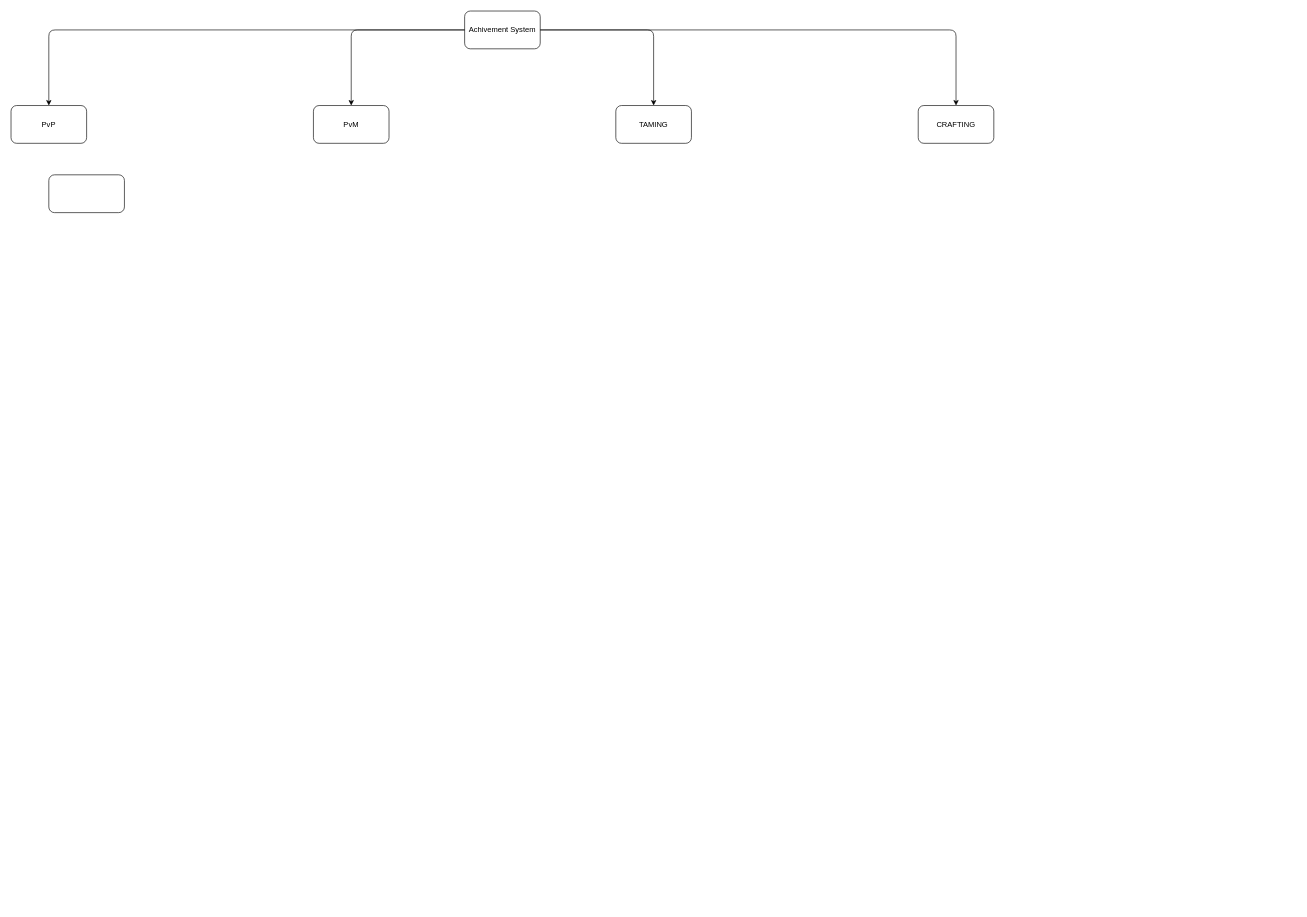
The draw.io diagram Achivement system.drawio in Scise/TBSuml, before the edit. Source tidied: cells renumbered, new cells numbered last; positions are measured from the earlier drawing's top-left corner, leaving out a move shared by most shapes. Both pictures are drawn from the tidied source at 63%, with x=0, y=0 at pixel (11, 11).
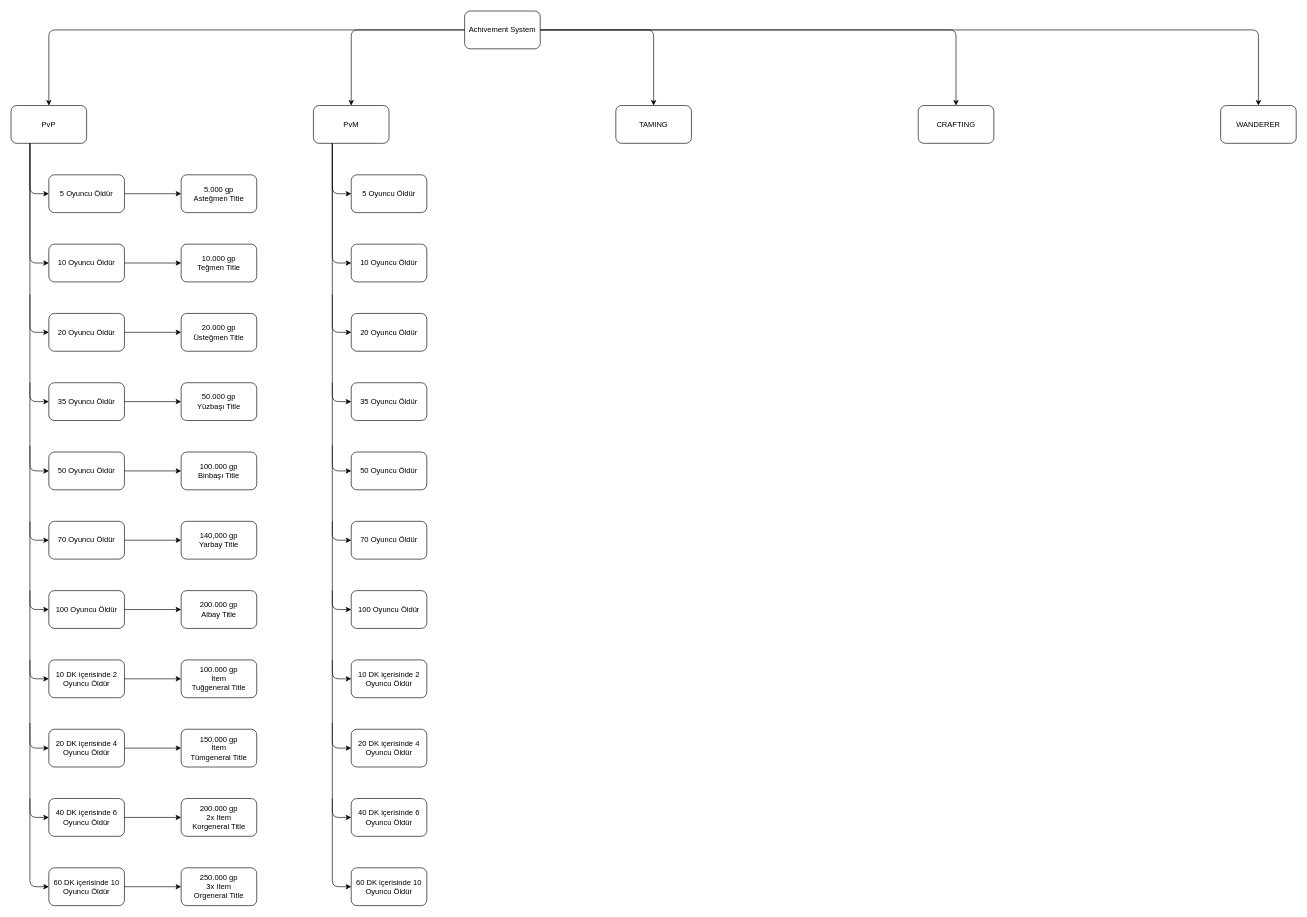
After the change.

Unchanged cells that the change refers to:
```xml
<mxCell id="2" value="Achivement System" style="rounded=1;whiteSpace=wrap;html=1;" parent="1" vertex="1">
  <mxGeometry x="720" width="120" height="60" as="geometry" />
</mxCell>
<mxCell id="3" value="PvM" style="rounded=1;whiteSpace=wrap;html=1;" parent="1" vertex="1">
  <mxGeometry x="480" y="150" width="120" height="60" as="geometry" />
</mxCell>
<mxCell id="4" value="PvP" style="rounded=1;whiteSpace=wrap;html=1;" parent="1" vertex="1">
  <mxGeometry y="150" width="120" height="60" as="geometry" />
</mxCell>
```

The edit, as a diff of the source:
```diff
@@
-    <mxCell id="11" style="rounded=1;whiteSpace=wrap;html=1;" parent="1" vertex="1">
+    <mxCell id="11" value="5 Oyuncu Öldür" style="rounded=1;whiteSpace=wrap;html=1;" parent="1" vertex="1">
       <mxGeometry x="60" y="260" width="120" height="60" as="geometry" />
     </mxCell>
+    <mxCell id="12" style="endArrow=classic;html=1;exitX=0.25;exitY=1;exitDx=0;exitDy=0;entryX=0;entryY=0.5;entryDx=0;entryDy=0;" parent="1" edge="1" source="4" target="11">
+      <mxGeometry relative="1" as="geometry">
+        <Array as="points">
+          <mxPoint x="30" y="290" />
+        </Array>
+      </mxGeometry>
+    </mxCell>
+    <mxCell id="13" value="10 Oyuncu Öldür" style="rounded=1;whiteSpace=wrap;html=1;" parent="1" vertex="1">
+      <mxGeometry x="60" y="370" width="120" height="60" as="geometry" />
+    </mxCell>
+    <mxCell id="14" style="endArrow=classic;html=1;exitX=0.25;exitY=1;exitDx=0;exitDy=0;entryX=0;entryY=0.5;entryDx=0;entryDy=0;" parent="1" edge="1" source="4" target="13">
+      <mxGeometry relative="1" as="geometry">
+        <Array as="points">
+          <mxPoint x="30" y="400" />
+        </Array>
+      </mxGeometry>
+    </mxCell>
+    <mxCell id="15" value="20 Oyuncu Öldür" style="rounded=1;whiteSpace=wrap;html=1;" parent="1" vertex="1">
+      <mxGeometry x="60" y="480" width="120" height="60" as="geometry" />
+    </mxCell>
+    <mxCell id="16" value="35 Oyuncu Öldür" style="rounded=1;whiteSpace=wrap;html=1;" parent="1" vertex="1">
+      <mxGeometry x="60" y="590" width="120" height="60" as="geometry" />
+    </mxCell>
+    <mxCell id="17" value="50 Oyuncu Öldür" style="rounded=1;whiteSpace=wrap;html=1;" parent="1" vertex="1">
+      <mxGeometry x="60" y="700" width="120" height="60" as="geometry" />
+    </mxCell>
+    <mxCell id="18" value="70 Oyuncu Öldür" style="rounded=1;whiteSpace=wrap;html=1;" parent="1" vertex="1">
+      <mxGeometry x="60" y="810" width="120" height="60" as="geometry" />
+    </mxCell>
+    <mxCell id="19" value="100 Oyuncu Öldür" style="rounded=1;whiteSpace=wrap;html=1;" parent="1" vertex="1">
+      <mxGeometry x="60" y="920" width="120" height="60" as="geometry" />
+    </mxCell>
+    <mxCell id="20" value="10 DK içerisinde 2 Oyuncu Öldür" style="rounded=1;whiteSpace=wrap;html=1;" parent="1" vertex="1">
+      <mxGeometry x="60" y="1030" width="120" height="60" as="geometry" />
+    </mxCell>
+    <mxCell id="21" value="20 DK içerisinde 4 Oyuncu Öldür" style="rounded=1;whiteSpace=wrap;html=1;" parent="1" vertex="1">
+      <mxGeometry x="60" y="1140" width="120" height="60" as="geometry" />
+    </mxCell>
+    <mxCell id="22" value="40 DK içerisinde 6 Oyuncu Öldür" style="rounded=1;whiteSpace=wrap;html=1;" parent="1" vertex="1">
+      <mxGeometry x="60" y="1250" width="120" height="60" as="geometry" />
+    </mxCell>
+    <mxCell id="23" value="60 DK içerisinde 10 Oyuncu Öldür" style="rounded=1;whiteSpace=wrap;html=1;" parent="1" vertex="1">
+      <mxGeometry x="60" y="1360" width="120" height="60" as="geometry" />
+    </mxCell>
+    <mxCell id="24" style="endArrow=classic;html=1;exitX=0.25;exitY=1;exitDx=0;exitDy=0;entryX=0;entryY=0.5;entryDx=0;entryDy=0;" parent="1" edge="1" source="4" target="15">
+      <mxGeometry relative="1" as="geometry">
+        <Array as="points">
+          <mxPoint x="30" y="510" />
+        </Array>
+      </mxGeometry>
+    </mxCell>
+    <mxCell id="25" style="endArrow=classic;html=1;entryX=0;entryY=0.5;entryDx=0;entryDy=0;" parent="1" edge="1" target="16">
+      <mxGeometry relative="1" as="geometry">
+        <mxPoint x="30" y="450" as="sourcePoint" />
+        <Array as="points">
+          <mxPoint x="30" y="620" />
+        </Array>
+      </mxGeometry>
+    </mxCell>
+    <mxCell id="26" style="endArrow=classic;html=1;entryX=0;entryY=0.5;entryDx=0;entryDy=0;" parent="1" edge="1" target="17">
+      <mxGeometry relative="1" as="geometry">
+        <mxPoint x="30" y="590" as="sourcePoint" />
+        <Array as="points">
+          <mxPoint x="30" y="730" />
+        </Array>
+      </mxGeometry>
+    </mxCell>
+    <mxCell id="27" style="endArrow=classic;html=1;entryX=0;entryY=0.5;entryDx=0;entryDy=0;" parent="1" edge="1" target="18">
+      <mxGeometry relative="1" as="geometry">
+        <mxPoint x="30" y="690" as="sourcePoint" />
+        <Array as="points">
+          <mxPoint x="30" y="840" />
+        </Array>
+      </mxGeometry>
+    </mxCell>
+    <mxCell id="28" style="endArrow=classic;html=1;entryX=0;entryY=0.5;entryDx=0;entryDy=0;" parent="1" edge="1" target="19">
+      <mxGeometry relative="1" as="geometry">
+        <mxPoint x="30" y="810" as="sourcePoint" />
+        <Array as="points">
+          <mxPoint x="30" y="950" />
+        </Array>
+      </mxGeometry>
+    </mxCell>
+    <mxCell id="29" style="endArrow=classic;html=1;entryX=0;entryY=0.5;entryDx=0;entryDy=0;" parent="1" edge="1" target="20">
+      <mxGeometry relative="1" as="geometry">
+        <mxPoint x="30" y="920" as="sourcePoint" />
+        <Array as="points">
+          <mxPoint x="30" y="1060" />
+        </Array>
+      </mxGeometry>
+    </mxCell>
+    <mxCell id="30" style="endArrow=classic;html=1;entryX=0;entryY=0.5;entryDx=0;entryDy=0;" parent="1" edge="1" target="21">
+      <mxGeometry relative="1" as="geometry">
+        <mxPoint x="30" y="1030" as="sourcePoint" />
+        <Array as="points">
+          <mxPoint x="30" y="1170" />
+        </Array>
+      </mxGeometry>
+    </mxCell>
+    <mxCell id="31" style="endArrow=classic;html=1;entryX=0;entryY=0.5;entryDx=0;entryDy=0;" parent="1" edge="1" target="22">
+      <mxGeometry relative="1" as="geometry">
+        <mxPoint x="30" y="1130" as="sourcePoint" />
+        <Array as="points">
+          <mxPoint x="30" y="1280" />
+        </Array>
+      </mxGeometry>
+    </mxCell>
+    <mxCell id="32" style="endArrow=classic;html=1;entryX=0;entryY=0.5;entryDx=0;entryDy=0;" parent="1" edge="1" target="23">
+      <mxGeometry relative="1" as="geometry">
+        <mxPoint x="30" y="1250" as="sourcePoint" />
+        <Array as="points">
+          <mxPoint x="30" y="1390" />
+        </Array>
+      </mxGeometry>
+    </mxCell>
+    <mxCell id="33" value="WANDERER" style="rounded=1;whiteSpace=wrap;html=1;" parent="1" vertex="1">
+      <mxGeometry x="1920" y="150" width="120" height="60" as="geometry" />
+    </mxCell>
+    <mxCell id="34" style="endArrow=classic;html=1;exitX=1;exitY=0.5;exitDx=0;exitDy=0;entryX=0.5;entryY=0;entryDx=0;entryDy=0;" parent="1" edge="1" source="2" target="33">
+      <mxGeometry relative="1" as="geometry">
+        <Array as="points">
+          <mxPoint x="1980" y="30" />
+        </Array>
+      </mxGeometry>
+    </mxCell>
+    <mxCell id="35" value="5 Oyuncu Öldür" style="rounded=1;whiteSpace=wrap;html=1;" parent="1" vertex="1">
+      <mxGeometry x="540" y="260" width="120" height="60" as="geometry" />
+    </mxCell>
+    <mxCell id="36" value="10 Oyuncu Öldür" style="rounded=1;whiteSpace=wrap;html=1;" parent="1" vertex="1">
+      <mxGeometry x="540" y="370" width="120" height="60" as="geometry" />
+    </mxCell>
+    <mxCell id="37" value="20 Oyuncu Öldür" style="rounded=1;whiteSpace=wrap;html=1;" parent="1" vertex="1">
+      <mxGeometry x="540" y="480" width="120" height="60" as="geometry" />
+    </mxCell>
+    <mxCell id="38" value="35 Oyuncu Öldür" style="rounded=1;whiteSpace=wrap;html=1;" parent="1" vertex="1">
+      <mxGeometry x="540" y="590" width="120" height="60" as="geometry" />
+    </mxCell>
+    <mxCell id="39" value="50 Oyuncu Öldür" style="rounded=1;whiteSpace=wrap;html=1;" parent="1" vertex="1">
+      <mxGeometry x="540" y="700" width="120" height="60" as="geometry" />
+    </mxCell>
+    <mxCell id="40" value="70 Oyuncu Öldür" style="rounded=1;whiteSpace=wrap;html=1;" parent="1" vertex="1">
+      <mxGeometry x="540" y="810" width="120" height="60" as="geometry" />
+    </mxCell>
+    <mxCell id="41" value="100 Oyuncu Öldür" style="rounded=1;whiteSpace=wrap;html=1;" parent="1" vertex="1">
+      <mxGeometry x="540" y="920" width="120" height="60" as="geometry" />
+    </mxCell>
+    <mxCell id="42" value="10 DK içerisinde 2 Oyuncu Öldür" style="rounded=1;whiteSpace=wrap;html=1;" parent="1" vertex="1">
+      <mxGeometry x="540" y="1030" width="120" height="60" as="geometry" />
+    </mxCell>
+    <mxCell id="43" value="20 DK içerisinde 4 Oyuncu Öldür" style="rounded=1;whiteSpace=wrap;html=1;" parent="1" vertex="1">
+      <mxGeometry x="540" y="1140" width="120" height="60" as="geometry" />
+    </mxCell>
+    <mxCell id="44" value="40 DK içerisinde 6 Oyuncu Öldür" style="rounded=1;whiteSpace=wrap;html=1;" parent="1" vertex="1">
+      <mxGeometry x="540" y="1250" width="120" height="60" as="geometry" />
+    </mxCell>
+    <mxCell id="45" value="60 DK içerisinde 10 Oyuncu Öldür" style="rounded=1;whiteSpace=wrap;html=1;" parent="1" vertex="1">
+      <mxGeometry x="540" y="1360" width="120" height="60" as="geometry" />
+    </mxCell>
+    <mxCell id="46" style="endArrow=classic;html=1;entryX=0;entryY=0.5;entryDx=0;entryDy=0;" parent="1" edge="1">
+      <mxGeometry relative="1" as="geometry">
+        <mxPoint x="510" y="450" as="sourcePoint" />
+        <mxPoint x="540" y="620" as="targetPoint" />
+        <Array as="points">
+          <mxPoint x="510" y="620" />
+        </Array>
+      </mxGeometry>
+    </mxCell>
+    <mxCell id="47" style="endArrow=classic;html=1;entryX=0;entryY=0.5;entryDx=0;entryDy=0;" parent="1" edge="1">
+      <mxGeometry relative="1" as="geometry">
+        <mxPoint x="510" y="590" as="sourcePoint" />
+        <mxPoint x="540" y="730" as="targetPoint" />
+        <Array as="points">
+          <mxPoint x="510" y="730" />
+        </Array>
+      </mxGeometry>
+    </mxCell>
+    <mxCell id="48" style="endArrow=classic;html=1;entryX=0;entryY=0.5;entryDx=0;entryDy=0;" parent="1" edge="1">
+      <mxGeometry relative="1" as="geometry">
+        <mxPoint x="510" y="690" as="sourcePoint" />
+        <mxPoint x="540" y="840" as="targetPoint" />
+        <Array as="points">
+          <mxPoint x="510" y="840" />
+        </Array>
+      </mxGeometry>
+    </mxCell>
+    <mxCell id="49" style="endArrow=classic;html=1;entryX=0;entryY=0.5;entryDx=0;entryDy=0;" parent="1" edge="1">
+      <mxGeometry relative="1" as="geometry">
+        <mxPoint x="510" y="810" as="sourcePoint" />
+        <mxPoint x="540" y="950" as="targetPoint" />
+        <Array as="points">
+          <mxPoint x="510" y="950" />
+        </Array>
+      </mxGeometry>
+    </mxCell>
+    <mxCell id="50" style="endArrow=classic;html=1;entryX=0;entryY=0.5;entryDx=0;entryDy=0;" parent="1" edge="1">
+      <mxGeometry relative="1" as="geometry">
+        <mxPoint x="510" y="920" as="sourcePoint" />
+        <mxPoint x="540" y="1060" as="targetPoint" />
+        <Array as="points">
+          <mxPoint x="510" y="1060" />
+        </Array>
+      </mxGeometry>
+    </mxCell>
+    <mxCell id="51" style="endArrow=classic;html=1;entryX=0;entryY=0.5;entryDx=0;entryDy=0;" parent="1" edge="1">
+      <mxGeometry relative="1" as="geometry">
+        <mxPoint x="510" y="1030" as="sourcePoint" />
+        <mxPoint x="540" y="1170" as="targetPoint" />
+        <Array as="points">
+          <mxPoint x="510" y="1170" />
+        </Array>
+      </mxGeometry>
+    </mxCell>
+    <mxCell id="52" style="endArrow=classic;html=1;entryX=0;entryY=0.5;entryDx=0;entryDy=0;" parent="1" edge="1">
+      <mxGeometry relative="1" as="geometry">
+        <mxPoint x="510" y="1130" as="sourcePoint" />
+        <mxPoint x="540" y="1280" as="targetPoint" />
+        <Array as="points">
+          <mxPoint x="510" y="1280" />
+        </Array>
+      </mxGeometry>
+    </mxCell>
+    <mxCell id="53" style="endArrow=classic;html=1;entryX=0;entryY=0.5;entryDx=0;entryDy=0;" parent="1" edge="1">
+      <mxGeometry relative="1" as="geometry">
+        <mxPoint x="510" y="1250" as="sourcePoint" />
+        <mxPoint x="540" y="1390" as="targetPoint" />
+        <Array as="points">
+          <mxPoint x="510" y="1390" />
+        </Array>
+      </mxGeometry>
+    </mxCell>
+    <mxCell id="54" style="endArrow=classic;html=1;exitX=0.25;exitY=1;exitDx=0;exitDy=0;entryX=0;entryY=0.5;entryDx=0;entryDy=0;" parent="1" edge="1" source="3" target="35">
+      <mxGeometry relative="1" as="geometry">
+        <Array as="points">
+          <mxPoint x="510" y="290" />
+        </Array>
+      </mxGeometry>
+    </mxCell>
+    <mxCell id="55" style="endArrow=classic;html=1;exitX=0.25;exitY=1;exitDx=0;exitDy=0;entryX=0;entryY=0.5;entryDx=0;entryDy=0;" parent="1" edge="1" source="3" target="36">
+      <mxGeometry relative="1" as="geometry">
+        <Array as="points">
+          <mxPoint x="510" y="400" />
+        </Array>
+      </mxGeometry>
+    </mxCell>
+    <mxCell id="56" style="endArrow=classic;html=1;exitX=0.25;exitY=1;exitDx=0;exitDy=0;entryX=0;entryY=0.5;entryDx=0;entryDy=0;" parent="1" edge="1" source="3" target="37">
+      <mxGeometry relative="1" as="geometry">
+        <Array as="points">
+          <mxPoint x="510" y="510" />
+        </Array>
+      </mxGeometry>
+    </mxCell>
+    <mxCell id="57" value="5.000 gp&lt;br&gt;Asteğmen Title" style="rounded=1;whiteSpace=wrap;html=1;" parent="1" vertex="1">
+      <mxGeometry x="270" y="260" width="120" height="60" as="geometry" />
+    </mxCell>
+    <mxCell id="58" value="10.000 gp&lt;br&gt;Teğmen Title" style="rounded=1;whiteSpace=wrap;html=1;" parent="1" vertex="1">
+      <mxGeometry x="270" y="370" width="120" height="60" as="geometry" />
+    </mxCell>
+    <mxCell id="59" value="20.000 gp&lt;br&gt;Üsteğmen Title" style="rounded=1;whiteSpace=wrap;html=1;" parent="1" vertex="1">
+      <mxGeometry x="270" y="480" width="120" height="60" as="geometry" />
+    </mxCell>
+    <mxCell id="60" value="50.000 gp&lt;br&gt;Yüzbaşı Title" style="rounded=1;whiteSpace=wrap;html=1;" parent="1" vertex="1">
+      <mxGeometry x="270" y="590" width="120" height="60" as="geometry" />
+    </mxCell>
+    <mxCell id="61" value="100.000 gp&lt;br&gt;Binbaşı Title" style="rounded=1;whiteSpace=wrap;html=1;" parent="1" vertex="1">
+      <mxGeometry x="270" y="700" width="120" height="60" as="geometry" />
+    </mxCell>
+    <mxCell id="62" value="140,000 gp&lt;br&gt;Yarbay Title" style="rounded=1;whiteSpace=wrap;html=1;" parent="1" vertex="1">
+      <mxGeometry x="270" y="810" width="120" height="60" as="geometry" />
+    </mxCell>
+    <mxCell id="63" value="200.000 gp&lt;br&gt;Albay Title" style="rounded=1;whiteSpace=wrap;html=1;" parent="1" vertex="1">
+      <mxGeometry x="270" y="920" width="120" height="60" as="geometry" />
+    </mxCell>
+    <mxCell id="64" value="100.000 gp&lt;br&gt;İtem&lt;br&gt;Tuğgeneral Title" style="rounded=1;whiteSpace=wrap;html=1;" parent="1" vertex="1">
+      <mxGeometry x="270" y="1030" width="120" height="60" as="geometry" />
+    </mxCell>
+    <mxCell id="65" value="150.000 gp&lt;br&gt;İtem&lt;br&gt;Tümgeneral Title" style="rounded=1;whiteSpace=wrap;html=1;" parent="1" vertex="1">
+      <mxGeometry x="270" y="1140" width="120" height="60" as="geometry" />
+    </mxCell>
+    <mxCell id="66" value="200.000 gp&lt;br&gt;2x Item&lt;br&gt;Korgeneral Title" style="rounded=1;whiteSpace=wrap;html=1;" parent="1" vertex="1">
+      <mxGeometry x="270" y="1250" width="120" height="60" as="geometry" />
+    </mxCell>
+    <mxCell id="67" value="250.000 gp&lt;br&gt;3x Item&lt;br&gt;Orgeneral Title" style="rounded=1;whiteSpace=wrap;html=1;" parent="1" vertex="1">
+      <mxGeometry x="270" y="1360" width="120" height="60" as="geometry" />
+    </mxCell>
+    <mxCell id="68" style="endArrow=classic;html=1;exitX=1;exitY=0.5;exitDx=0;exitDy=0;entryX=0;entryY=0.5;entryDx=0;entryDy=0;" parent="1" edge="1" source="11" target="57">
+      <mxGeometry relative="1" as="geometry" />
+    </mxCell>
+    <mxCell id="69" style="endArrow=classic;html=1;exitX=1;exitY=0.5;exitDx=0;exitDy=0;entryX=0;entryY=0.5;entryDx=0;entryDy=0;" parent="1" edge="1" source="13" target="58">
+      <mxGeometry relative="1" as="geometry" />
+    </mxCell>
+    <mxCell id="70" style="endArrow=classic;html=1;exitX=1;exitY=0.5;exitDx=0;exitDy=0;entryX=0;entryY=0.5;entryDx=0;entryDy=0;" parent="1" edge="1" source="15" target="59">
+      <mxGeometry relative="1" as="geometry" />
+    </mxCell>
+    <mxCell id="71" style="endArrow=classic;html=1;exitX=1;exitY=0.5;exitDx=0;exitDy=0;entryX=0;entryY=0.5;entryDx=0;entryDy=0;" parent="1" edge="1" source="16" target="60">
+      <mxGeometry relative="1" as="geometry" />
+    </mxCell>
+    <mxCell id="72" style="endArrow=classic;html=1;exitX=1;exitY=0.5;exitDx=0;exitDy=0;entryX=0;entryY=0.5;entryDx=0;entryDy=0;" parent="1" edge="1" source="17" target="61">
+      <mxGeometry relative="1" as="geometry" />
+    </mxCell>
+    <mxCell id="73" style="endArrow=classic;html=1;exitX=1;exitY=0.5;exitDx=0;exitDy=0;entryX=0;entryY=0.5;entryDx=0;entryDy=0;" parent="1" edge="1" source="18" target="62">
+      <mxGeometry relative="1" as="geometry" />
+    </mxCell>
+    <mxCell id="74" style="endArrow=classic;html=1;exitX=1;exitY=0.5;exitDx=0;exitDy=0;entryX=0;entryY=0.5;entryDx=0;entryDy=0;" parent="1" edge="1" source="19" target="63">
+      <mxGeometry relative="1" as="geometry" />
+    </mxCell>
+    <mxCell id="75" style="endArrow=classic;html=1;exitX=1;exitY=0.5;exitDx=0;exitDy=0;entryX=0;entryY=0.5;entryDx=0;entryDy=0;" parent="1" edge="1" source="20" target="64">
+      <mxGeometry relative="1" as="geometry" />
+    </mxCell>
+    <mxCell id="76" style="endArrow=classic;html=1;exitX=1;exitY=0.5;exitDx=0;exitDy=0;entryX=0;entryY=0.5;entryDx=0;entryDy=0;" parent="1" edge="1" source="21" target="65">
+      <mxGeometry relative="1" as="geometry" />
+    </mxCell>
+    <mxCell id="77" style="endArrow=classic;html=1;exitX=1;exitY=0.5;exitDx=0;exitDy=0;entryX=0;entryY=0.5;entryDx=0;entryDy=0;" parent="1" edge="1" source="22" target="66">
+      <mxGeometry relative="1" as="geometry" />
+    </mxCell>
+    <mxCell id="78" style="endArrow=classic;html=1;exitX=1;exitY=0.5;exitDx=0;exitDy=0;entryX=0;entryY=0.5;entryDx=0;entryDy=0;" parent="1" edge="1" source="23" target="67">
+      <mxGeometry relative="1" as="geometry" />
+    </mxCell>
```
